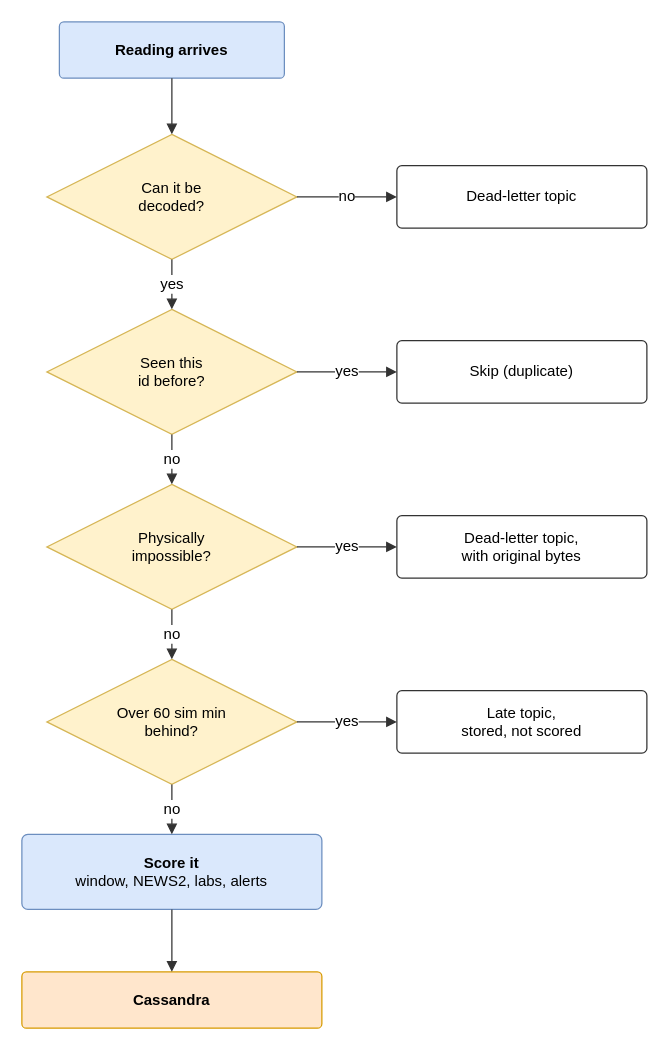
This is docs/diagrams/D6-one-reading.drawio from Ashfaq-Riyaldeen/hospital-vitals-kappa, a draw.io file, before an edit. Source tidied: cells renumbered, new cells numbered last; positions are measured from the earlier drawing's top-left corner, leaving out a move shared by most shapes. Both pictures are drawn from the tidied source at 125%, with x=0, y=0 at pixel (21, 21).
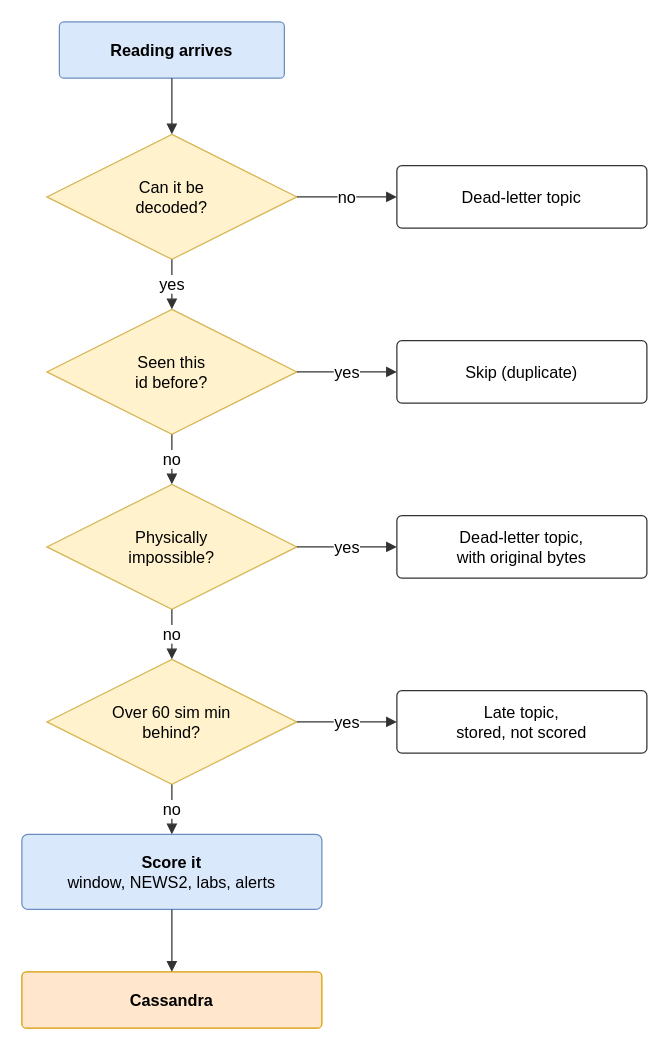
Above is the later version.

What changed in the source:
```diff
@@
-    <mxCell id="2" value="&lt;b&gt;Reading arrives&lt;/b&gt;" style="whiteSpace=wrap;html=1;rounded=1;arcSize=8;fontFamily=Helvetica;fontSize=12;fillColor=#dae8fc;strokeColor=#6c8ebf;" parent="1" vertex="1">
+    <mxCell id="2" value="&lt;b&gt;Reading arrives&lt;/b&gt;" style="whiteSpace=wrap;html=1;rounded=1;arcSize=8;fontFamily=Helvetica;fontSize=13;fillColor=#dae8fc;strokeColor=#6c8ebf;" parent="1" vertex="1">
       <mxGeometry x="30" width="180" height="45" as="geometry" />
     </mxCell>
-    <mxCell id="3" value="Can it be&lt;br&gt;decoded?" style="rhombus;whiteSpace=wrap;html=1;fontFamily=Helvetica;fontSize=12;fillColor=#fff2cc;strokeColor=#d6b656;" parent="1" vertex="1">
+    <mxCell id="3" value="Can it be&lt;br&gt;decoded?" style="rhombus;whiteSpace=wrap;html=1;fontFamily=Helvetica;fontSize=13;fillColor=#fff2cc;strokeColor=#d6b656;" parent="1" vertex="1">
       <mxGeometry x="20" y="90" width="200" height="100" as="geometry" />
     </mxCell>
-    <mxCell id="4" style="edgeStyle=orthogonalEdgeStyle;rounded=1;html=1;endArrow=block;endFill=1;fontFamily=Helvetica;fontSize=12;labelBackgroundColor=#ffffff;strokeColor=#333333;jumpStyle=arc;jumpSize=8;exitX=0.5;exitY=1;exitDx=0;exitDy=0;entryX=0.5;entryY=0;entryDx=0;entryDy=0;" parent="1" edge="1" source="2" target="3">
+    <mxCell id="4" style="edgeStyle=orthogonalEdgeStyle;rounded=1;html=1;endArrow=block;endFill=1;fontFamily=Helvetica;fontSize=13;labelBackgroundColor=#ffffff;strokeColor=#333333;jumpStyle=arc;jumpSize=8;exitX=0.5;exitY=1;exitDx=0;exitDy=0;entryX=0.5;entryY=0;entryDx=0;entryDy=0;" parent="1" edge="1" source="2" target="3">
       <mxGeometry relative="1" as="geometry" />
     </mxCell>
-    <mxCell id="5" value="Dead-letter topic" style="whiteSpace=wrap;html=1;rounded=1;arcSize=8;fontFamily=Helvetica;fontSize=12;fillColor=#ffffff;strokeColor=#333333;" parent="1" vertex="1">
+    <mxCell id="5" value="Dead-letter topic" style="whiteSpace=wrap;html=1;rounded=1;arcSize=8;fontFamily=Helvetica;fontSize=13;fillColor=#ffffff;strokeColor=#333333;" parent="1" vertex="1">
       <mxGeometry x="300" y="115" width="200" height="50" as="geometry" />
     </mxCell>
-    <mxCell id="6" value="no" style="edgeStyle=orthogonalEdgeStyle;rounded=1;html=1;endArrow=block;endFill=1;fontFamily=Helvetica;fontSize=12;labelBackgroundColor=#ffffff;strokeColor=#333333;jumpStyle=arc;jumpSize=8;exitX=1;exitY=0.5;exitDx=0;exitDy=0;entryX=0;entryY=0.5;entryDx=0;entryDy=0;" parent="1" edge="1" source="3" target="5">
+    <mxCell id="6" value="no" style="edgeStyle=orthogonalEdgeStyle;rounded=1;html=1;endArrow=block;endFill=1;fontFamily=Helvetica;fontSize=13;labelBackgroundColor=#ffffff;strokeColor=#333333;jumpStyle=arc;jumpSize=8;exitX=1;exitY=0.5;exitDx=0;exitDy=0;entryX=0;entryY=0.5;entryDx=0;entryDy=0;" parent="1" edge="1" source="3" target="5">
       <mxGeometry relative="1" as="geometry" />
     </mxCell>
-    <mxCell id="7" value="Seen this&lt;br&gt;id before?" style="rhombus;whiteSpace=wrap;html=1;fontFamily=Helvetica;fontSize=12;fillColor=#fff2cc;strokeColor=#d6b656;" parent="1" vertex="1">
+    <mxCell id="7" value="Seen this&lt;br&gt;id before?" style="rhombus;whiteSpace=wrap;html=1;fontFamily=Helvetica;fontSize=13;fillColor=#fff2cc;strokeColor=#d6b656;" parent="1" vertex="1">
       <mxGeometry x="20" y="230" width="200" height="100" as="geometry" />
     </mxCell>
-    <mxCell id="8" value="yes" style="edgeStyle=orthogonalEdgeStyle;rounded=1;html=1;endArrow=block;endFill=1;fontFamily=Helvetica;fontSize=12;labelBackgroundColor=#ffffff;strokeColor=#333333;jumpStyle=arc;jumpSize=8;exitX=0.5;exitY=1;exitDx=0;exitDy=0;entryX=0.5;entryY=0;entryDx=0;entryDy=0;" parent="1" edge="1" source="3" target="7">
+    <mxCell id="8" value="yes" style="edgeStyle=orthogonalEdgeStyle;rounded=1;html=1;endArrow=block;endFill=1;fontFamily=Helvetica;fontSize=13;labelBackgroundColor=#ffffff;strokeColor=#333333;jumpStyle=arc;jumpSize=8;exitX=0.5;exitY=1;exitDx=0;exitDy=0;entryX=0.5;entryY=0;entryDx=0;entryDy=0;" parent="1" edge="1" source="3" target="7">
       <mxGeometry relative="1" as="geometry" />
     </mxCell>
-    <mxCell id="9" value="Skip (duplicate)" style="whiteSpace=wrap;html=1;rounded=1;arcSize=8;fontFamily=Helvetica;fontSize=12;fillColor=#ffffff;strokeColor=#333333;" parent="1" vertex="1">
+    <mxCell id="9" value="Skip (duplicate)" style="whiteSpace=wrap;html=1;rounded=1;arcSize=8;fontFamily=Helvetica;fontSize=13;fillColor=#ffffff;strokeColor=#333333;" parent="1" vertex="1">
       <mxGeometry x="300" y="255" width="200" height="50" as="geometry" />
     </mxCell>
-    <mxCell id="10" value="yes" style="edgeStyle=orthogonalEdgeStyle;rounded=1;html=1;endArrow=block;endFill=1;fontFamily=Helvetica;fontSize=12;labelBackgroundColor=#ffffff;strokeColor=#333333;jumpStyle=arc;jumpSize=8;exitX=1;exitY=0.5;exitDx=0;exitDy=0;entryX=0;entryY=0.5;entryDx=0;entryDy=0;" parent="1" edge="1" source="7" target="9">
+    <mxCell id="10" value="yes" style="edgeStyle=orthogonalEdgeStyle;rounded=1;html=1;endArrow=block;endFill=1;fontFamily=Helvetica;fontSize=13;labelBackgroundColor=#ffffff;strokeColor=#333333;jumpStyle=arc;jumpSize=8;exitX=1;exitY=0.5;exitDx=0;exitDy=0;entryX=0;entryY=0.5;entryDx=0;entryDy=0;" parent="1" edge="1" source="7" target="9">
       <mxGeometry relative="1" as="geometry" />
     </mxCell>
-    <mxCell id="11" value="Physically&lt;br&gt;impossible?" style="rhombus;whiteSpace=wrap;html=1;fontFamily=Helvetica;fontSize=12;fillColor=#fff2cc;strokeColor=#d6b656;" parent="1" vertex="1">
+    <mxCell id="11" value="Physically&lt;br&gt;impossible?" style="rhombus;whiteSpace=wrap;html=1;fontFamily=Helvetica;fontSize=13;fillColor=#fff2cc;strokeColor=#d6b656;" parent="1" vertex="1">
       <mxGeometry x="20" y="370" width="200" height="100" as="geometry" />
     </mxCell>
-    <mxCell id="12" value="no" style="edgeStyle=orthogonalEdgeStyle;rounded=1;html=1;endArrow=block;endFill=1;fontFamily=Helvetica;fontSize=12;labelBackgroundColor=#ffffff;strokeColor=#333333;jumpStyle=arc;jumpSize=8;exitX=0.5;exitY=1;exitDx=0;exitDy=0;entryX=0.5;entryY=0;entryDx=0;entryDy=0;" parent="1" edge="1" source="7" target="11">
+    <mxCell id="12" value="no" style="edgeStyle=orthogonalEdgeStyle;rounded=1;html=1;endArrow=block;endFill=1;fontFamily=Helvetica;fontSize=13;labelBackgroundColor=#ffffff;strokeColor=#333333;jumpStyle=arc;jumpSize=8;exitX=0.5;exitY=1;exitDx=0;exitDy=0;entryX=0.5;entryY=0;entryDx=0;entryDy=0;" parent="1" edge="1" source="7" target="11">
       <mxGeometry relative="1" as="geometry" />
     </mxCell>
-    <mxCell id="13" value="Dead-letter topic,&lt;br&gt;with original bytes" style="whiteSpace=wrap;html=1;rounded=1;arcSize=8;fontFamily=Helvetica;fontSize=12;fillColor=#ffffff;strokeColor=#333333;" parent="1" vertex="1">
+    <mxCell id="13" value="Dead-letter topic,&lt;br&gt;with original bytes" style="whiteSpace=wrap;html=1;rounded=1;arcSize=8;fontFamily=Helvetica;fontSize=13;fillColor=#ffffff;strokeColor=#333333;" parent="1" vertex="1">
       <mxGeometry x="300" y="395" width="200" height="50" as="geometry" />
     </mxCell>
-    <mxCell id="14" value="yes" style="edgeStyle=orthogonalEdgeStyle;rounded=1;html=1;endArrow=block;endFill=1;fontFamily=Helvetica;fontSize=12;labelBackgroundColor=#ffffff;strokeColor=#333333;jumpStyle=arc;jumpSize=8;exitX=1;exitY=0.5;exitDx=0;exitDy=0;entryX=0;entryY=0.5;entryDx=0;entryDy=0;" parent="1" edge="1" source="11" target="13">
+    <mxCell id="14" value="yes" style="edgeStyle=orthogonalEdgeStyle;rounded=1;html=1;endArrow=block;endFill=1;fontFamily=Helvetica;fontSize=13;labelBackgroundColor=#ffffff;strokeColor=#333333;jumpStyle=arc;jumpSize=8;exitX=1;exitY=0.5;exitDx=0;exitDy=0;entryX=0;entryY=0.5;entryDx=0;entryDy=0;" parent="1" edge="1" source="11" target="13">
       <mxGeometry relative="1" as="geometry" />
     </mxCell>
-    <mxCell id="15" value="Over 60 sim min&lt;br&gt;behind?" style="rhombus;whiteSpace=wrap;html=1;fontFamily=Helvetica;fontSize=12;fillColor=#fff2cc;strokeColor=#d6b656;" parent="1" vertex="1">
+    <mxCell id="15" value="Over 60 sim min&lt;br&gt;behind?" style="rhombus;whiteSpace=wrap;html=1;fontFamily=Helvetica;fontSize=13;fillColor=#fff2cc;strokeColor=#d6b656;" parent="1" vertex="1">
       <mxGeometry x="20" y="510" width="200" height="100" as="geometry" />
     </mxCell>
-    <mxCell id="16" value="no" style="edgeStyle=orthogonalEdgeStyle;rounded=1;html=1;endArrow=block;endFill=1;fontFamily=Helvetica;fontSize=12;labelBackgroundColor=#ffffff;strokeColor=#333333;jumpStyle=arc;jumpSize=8;exitX=0.5;exitY=1;exitDx=0;exitDy=0;entryX=0.5;entryY=0;entryDx=0;entryDy=0;" parent="1" edge="1" source="11" target="15">
+    <mxCell id="16" value="no" style="edgeStyle=orthogonalEdgeStyle;rounded=1;html=1;endArrow=block;endFill=1;fontFamily=Helvetica;fontSize=13;labelBackgroundColor=#ffffff;strokeColor=#333333;jumpStyle=arc;jumpSize=8;exitX=0.5;exitY=1;exitDx=0;exitDy=0;entryX=0.5;entryY=0;entryDx=0;entryDy=0;" parent="1" edge="1" source="11" target="15">
       <mxGeometry relative="1" as="geometry" />
     </mxCell>
-    <mxCell id="17" value="Late topic,&lt;br&gt;stored, not scored" style="whiteSpace=wrap;html=1;rounded=1;arcSize=8;fontFamily=Helvetica;fontSize=12;fillColor=#ffffff;strokeColor=#333333;" parent="1" vertex="1">
+    <mxCell id="17" value="Late topic,&lt;br&gt;stored, not scored" style="whiteSpace=wrap;html=1;rounded=1;arcSize=8;fontFamily=Helvetica;fontSize=13;fillColor=#ffffff;strokeColor=#333333;" parent="1" vertex="1">
       <mxGeometry x="300" y="535" width="200" height="50" as="geometry" />
     </mxCell>
-    <mxCell id="18" value="yes" style="edgeStyle=orthogonalEdgeStyle;rounded=1;html=1;endArrow=block;endFill=1;fontFamily=Helvetica;fontSize=12;labelBackgroundColor=#ffffff;strokeColor=#333333;jumpStyle=arc;jumpSize=8;exitX=1;exitY=0.5;exitDx=0;exitDy=0;entryX=0;entryY=0.5;entryDx=0;entryDy=0;" parent="1" edge="1" source="15" target="17">
+    <mxCell id="18" value="yes" style="edgeStyle=orthogonalEdgeStyle;rounded=1;html=1;endArrow=block;endFill=1;fontFamily=Helvetica;fontSize=13;labelBackgroundColor=#ffffff;strokeColor=#333333;jumpStyle=arc;jumpSize=8;exitX=1;exitY=0.5;exitDx=0;exitDy=0;entryX=0;entryY=0.5;entryDx=0;entryDy=0;" parent="1" edge="1" source="15" target="17">
       <mxGeometry relative="1" as="geometry" />
     </mxCell>
-    <mxCell id="19" value="&lt;b&gt;Score it&lt;/b&gt;&lt;br&gt;window, NEWS2, labs, alerts" style="whiteSpace=wrap;html=1;rounded=1;arcSize=8;fontFamily=Helvetica;fontSize=12;fillColor=#dae8fc;strokeColor=#6c8ebf;" parent="1" vertex="1">
+    <mxCell id="19" value="&lt;b&gt;Score it&lt;/b&gt;&lt;br&gt;window, NEWS2, labs, alerts" style="whiteSpace=wrap;html=1;rounded=1;arcSize=8;fontFamily=Helvetica;fontSize=13;fillColor=#dae8fc;strokeColor=#6c8ebf;" parent="1" vertex="1">
       <mxGeometry y="650" width="240" height="60" as="geometry" />
     </mxCell>
-    <mxCell id="20" value="no" style="edgeStyle=orthogonalEdgeStyle;rounded=1;html=1;endArrow=block;endFill=1;fontFamily=Helvetica;fontSize=12;labelBackgroundColor=#ffffff;strokeColor=#333333;jumpStyle=arc;jumpSize=8;exitX=0.5;exitY=1;exitDx=0;exitDy=0;entryX=0.5;entryY=0;entryDx=0;entryDy=0;" parent="1" edge="1" source="15" target="19">
+    <mxCell id="20" value="no" style="edgeStyle=orthogonalEdgeStyle;rounded=1;html=1;endArrow=block;endFill=1;fontFamily=Helvetica;fontSize=13;labelBackgroundColor=#ffffff;strokeColor=#333333;jumpStyle=arc;jumpSize=8;exitX=0.5;exitY=1;exitDx=0;exitDy=0;entryX=0.5;entryY=0;entryDx=0;entryDy=0;" parent="1" edge="1" source="15" target="19">
       <mxGeometry relative="1" as="geometry" />
     </mxCell>
-    <mxCell id="21" value="&lt;b&gt;Cassandra&lt;/b&gt;" style="whiteSpace=wrap;html=1;rounded=1;arcSize=8;fontFamily=Helvetica;fontSize=12;fillColor=#ffe6cc;strokeColor=#d79b00;" parent="1" vertex="1">
+    <mxCell id="21" value="&lt;b&gt;Cassandra&lt;/b&gt;" style="whiteSpace=wrap;html=1;rounded=1;arcSize=8;fontFamily=Helvetica;fontSize=13;fillColor=#ffe6cc;strokeColor=#d79b00;" parent="1" vertex="1">
       <mxGeometry y="760" width="240" height="45" as="geometry" />
     </mxCell>
-    <mxCell id="22" style="edgeStyle=orthogonalEdgeStyle;rounded=1;html=1;endArrow=block;endFill=1;fontFamily=Helvetica;fontSize=12;labelBackgroundColor=#ffffff;strokeColor=#333333;jumpStyle=arc;jumpSize=8;exitX=0.5;exitY=1;exitDx=0;exitDy=0;entryX=0.5;entryY=0;entryDx=0;entryDy=0;" parent="1" edge="1" source="19" target="21">
+    <mxCell id="22" style="edgeStyle=orthogonalEdgeStyle;rounded=1;html=1;endArrow=block;endFill=1;fontFamily=Helvetica;fontSize=13;labelBackgroundColor=#ffffff;strokeColor=#333333;jumpStyle=arc;jumpSize=8;exitX=0.5;exitY=1;exitDx=0;exitDy=0;entryX=0.5;entryY=0;entryDx=0;entryDy=0;" parent="1" edge="1" source="19" target="21">
       <mxGeometry relative="1" as="geometry" />
     </mxCell>
```
